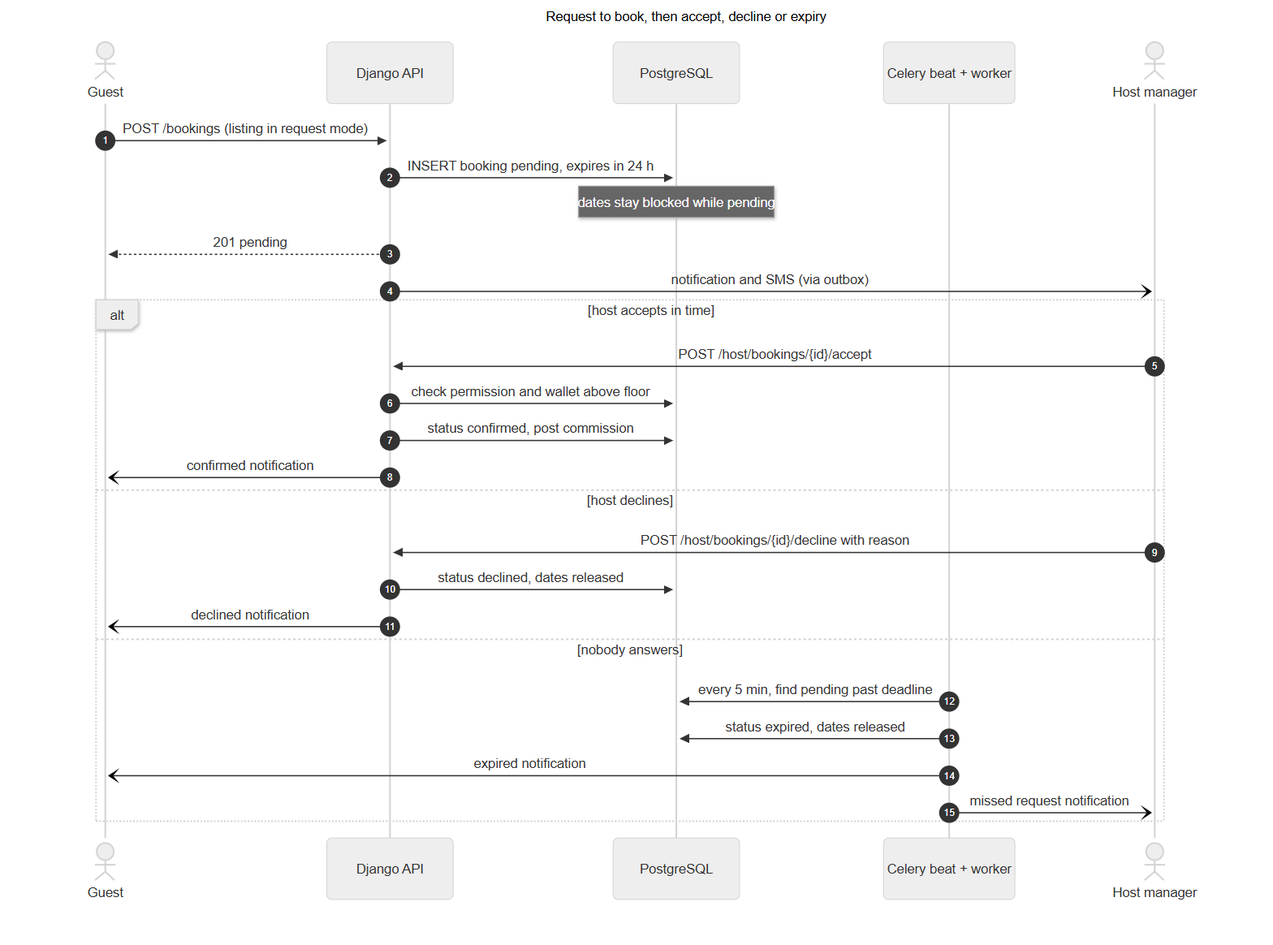
Earlier version of the Mermaid export docs/backend/diagrams/rendered/21-seq-request-to-book.png (med-amine-ok/darna). Its source is kept beside it as docs/backend/diagrams/21-seq-request-to-book.mmd. The source it was exported from:
```mermaid
---
title: Request to book, then accept, decline or expiry
---
sequenceDiagram
    autonumber
    actor G as Guest
    participant A as Django API
    participant DB as PostgreSQL
    participant J as Celery beat + worker
    actor H as Host manager
    G->>A: POST /bookings (listing in request mode)
    A->>DB: INSERT booking pending, expires in 24 h
    Note over DB: dates stay blocked while pending
    A-->>G: 201 pending
    A-)H: notification and SMS (via outbox)
    alt host accepts in time
        H->>A: POST /host/bookings/{id}/accept
        A->>DB: check permission and wallet above floor
        A->>DB: status confirmed, post commission
        A-)G: confirmed notification
    else host declines
        H->>A: POST /host/bookings/{id}/decline with reason
        A->>DB: status declined, dates released
        A-)G: declined notification
    else nobody answers
        J->>DB: every 5 min, find pending past deadline
        J->>DB: status expired, dates released
        J-)G: expired notification
        J-)H: missed request notification
    end
```
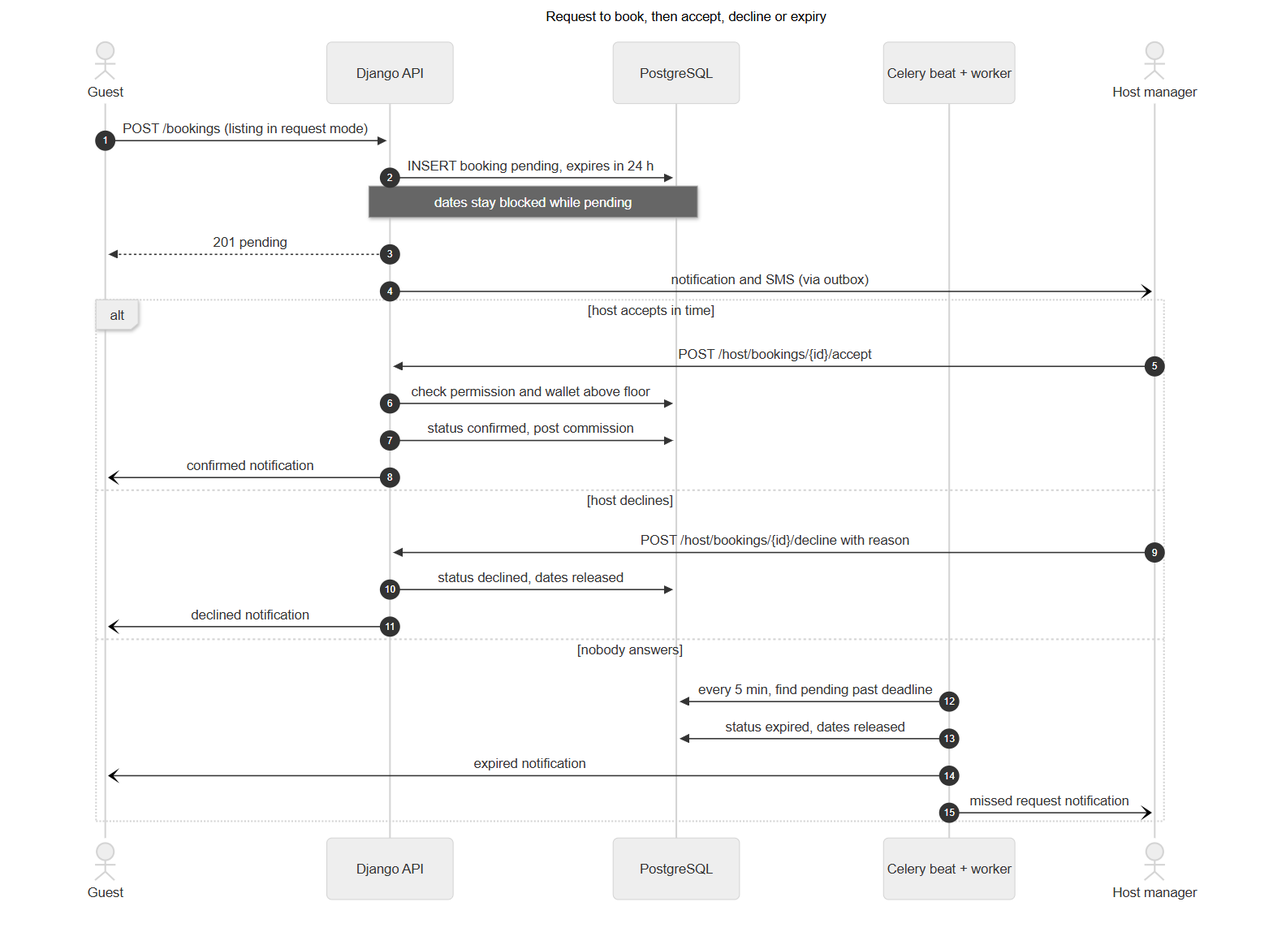
Above is the later version.

Diff of the diagram source:
```diff
@@ -10,7 +10,7 @@
     actor H as Host manager
     G->>A: POST /bookings (listing in request mode)
     A->>DB: INSERT booking pending, expires in 24 h
-    Note over DB: dates stay blocked while pending
+    Note over A,DB: dates stay blocked while pending
     A-->>G: 201 pending
     A-)H: notification and SMS (via outbox)
     alt host accepts in time
```
